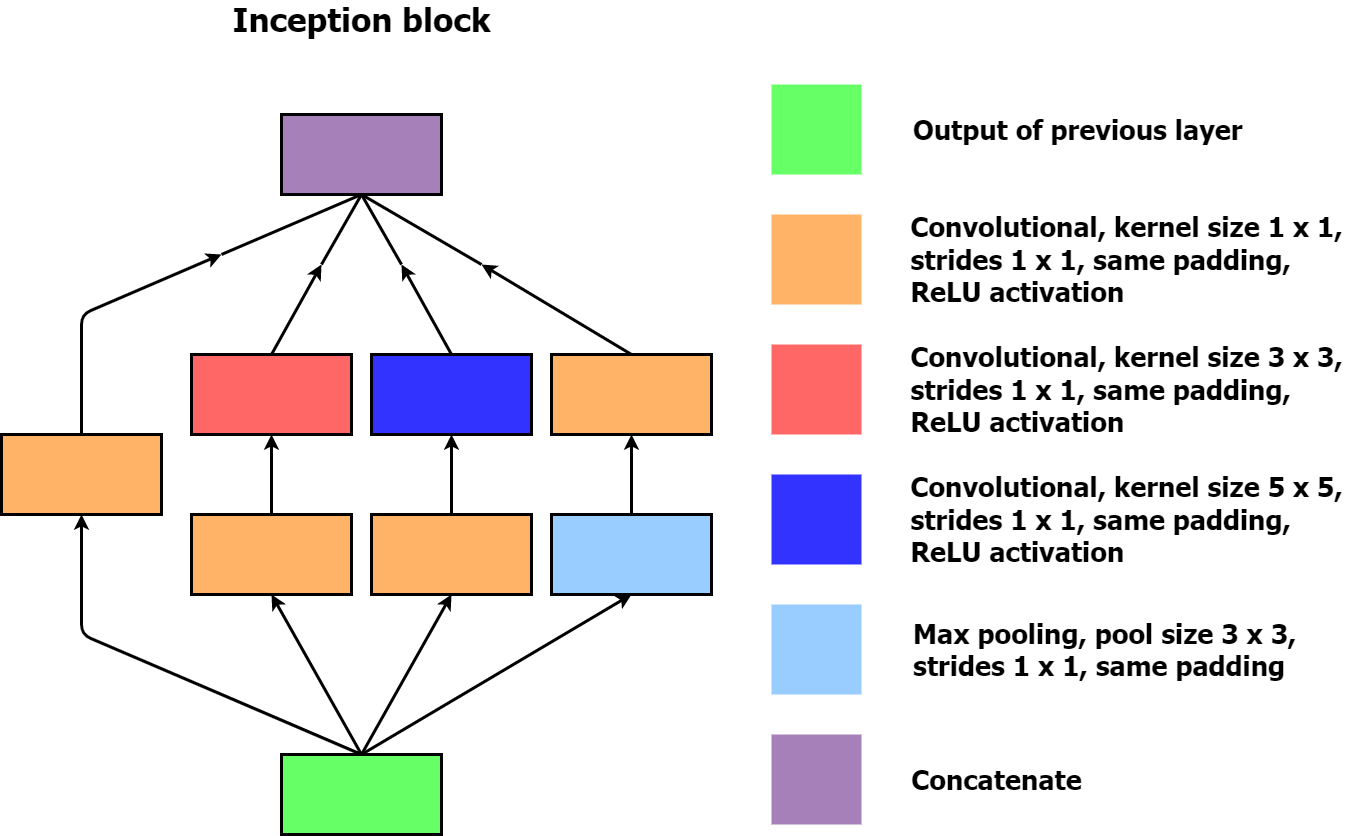
The draw.io diagram report/Sem 1/images/inception_block.png in jjheaton99/Liquid-Crystals-DL, before a commit. Source tidied: cells renumbered, new cells last; positions are measured from the earlier drawing's top-left corner, leaving out a move shared by most shapes. Source of this version:
```xml
<mxGraphModel>
  <root>
    <mxCell id="0" />
    <mxCell id="1" parent="0" />
    <mxCell id="2" style="rounded=0;whiteSpace=wrap;html=1;strokeWidth=3;strokeColor=none;fillColor=#FF6666;" parent="1" vertex="1">
      <mxGeometry x="770" y="340" width="90" height="90" as="geometry" />
    </mxCell>
    <mxCell id="3" style="rounded=0;whiteSpace=wrap;html=1;strokeWidth=3;fillColor=#66FF66;strokeColor=none;" parent="1" vertex="1">
      <mxGeometry x="770" y="80" width="90" height="90" as="geometry" />
    </mxCell>
    <mxCell id="4" style="rounded=0;whiteSpace=wrap;html=1;strokeWidth=3;strokeColor=none;fillColor=#A680B8;" parent="1" vertex="1">
      <mxGeometry x="770" y="730" width="90" height="90" as="geometry" />
    </mxCell>
    <mxCell id="5" style="rounded=0;whiteSpace=wrap;html=1;strokeWidth=3;strokeColor=none;fillColor=#99CCFF;" parent="1" vertex="1">
      <mxGeometry x="770" y="600" width="90" height="90" as="geometry" />
    </mxCell>
    <mxCell id="6" style="rounded=0;whiteSpace=wrap;html=1;strokeWidth=3;strokeColor=none;fillColor=#3333FF;" parent="1" vertex="1">
      <mxGeometry x="770" y="470" width="90" height="90" as="geometry" />
    </mxCell>
    <mxCell id="7" style="rounded=0;whiteSpace=wrap;html=1;strokeWidth=3;strokeColor=none;fillColor=#FFB366;" parent="1" vertex="1">
      <mxGeometry x="770" y="210" width="90" height="90" as="geometry" />
    </mxCell>
    <mxCell id="8" value="&lt;font face=&quot;Tahoma&quot; size=&quot;1&quot;&gt;&lt;b style=&quot;font-size: 27px&quot;&gt;Output of previous layer&lt;/b&gt;&lt;/font&gt;" style="text;html=1;align=left;verticalAlign=middle;" parent="1" vertex="1">
      <mxGeometry x="910" y="110" width="340" height="30" as="geometry" />
    </mxCell>
    <mxCell id="9" value="&lt;div style=&quot;text-align: left ; font-size: 27px&quot;&gt;&lt;b style=&quot;font-family: &amp;#34;tahoma&amp;#34;&quot;&gt;&lt;font style=&quot;font-size: 27px&quot;&gt;Convolutional, kernel size 3 x 3,&lt;/font&gt;&lt;/b&gt;&lt;/div&gt;&lt;font face=&quot;Tahoma&quot; style=&quot;font-size: 27px&quot;&gt;&lt;div style=&quot;text-align: left&quot;&gt;&lt;b&gt;strides 1 x 1, same padding,&amp;nbsp;&lt;/b&gt;&lt;/div&gt;&lt;div style=&quot;text-align: left&quot;&gt;&lt;b&gt;ReLU activation&lt;/b&gt;&lt;/div&gt;&lt;/font&gt;" style="text;html=1;align=center;verticalAlign=middle;" parent="1" vertex="1">
      <mxGeometry x="900" y="360" width="450" height="50" as="geometry" />
    </mxCell>
    <mxCell id="10" value="&lt;font face=&quot;Tahoma&quot;&gt;&lt;span style=&quot;font-size: 27px&quot;&gt;&lt;b&gt;Max pooling, pool size 3 x 3, &lt;br&gt;strides 1 x 1, same padding&amp;nbsp;&lt;/b&gt;&lt;/span&gt;&lt;/font&gt;" style="text;html=1;align=left;verticalAlign=middle;" parent="1" vertex="1">
      <mxGeometry x="910" y="620" width="400" height="50" as="geometry" />
    </mxCell>
    <mxCell id="11" value="&lt;font face=&quot;Tahoma&quot;&gt;&lt;b&gt;&lt;font style=&quot;font-size: 27px&quot;&gt;Concatenate&lt;/font&gt;&lt;br&gt;&lt;/b&gt;&lt;/font&gt;" style="text;html=1;align=center;verticalAlign=middle;" parent="1" vertex="1">
      <mxGeometry x="900" y="760" width="190" height="30" as="geometry" />
    </mxCell>
    <mxCell id="12" value="&lt;div style=&quot;text-align: left ; font-size: 27px&quot;&gt;&lt;div&gt;&lt;b style=&quot;font-family: &amp;#34;tahoma&amp;#34;&quot;&gt;Convolutional, kernel size 1 x 1,&lt;/b&gt;&lt;/div&gt;&lt;font face=&quot;Tahoma&quot; style=&quot;text-align: center ; font-size: 27px&quot;&gt;&lt;div style=&quot;text-align: left&quot;&gt;&lt;b&gt;strides 1 x 1, same padding,&amp;nbsp;&lt;/b&gt;&lt;/div&gt;&lt;div style=&quot;text-align: left&quot;&gt;&lt;b&gt;ReLU activation&lt;/b&gt;&lt;/div&gt;&lt;/font&gt;&lt;/div&gt;" style="text;html=1;align=center;verticalAlign=middle;" parent="1" vertex="1">
      <mxGeometry x="900" y="230" width="450" height="50" as="geometry" />
    </mxCell>
    <mxCell id="13" value="&lt;div style=&quot;text-align: left ; font-size: 27px&quot;&gt;&lt;b style=&quot;font-family: &amp;#34;tahoma&amp;#34;&quot;&gt;&lt;font style=&quot;font-size: 27px&quot;&gt;Convolutional, kernel size 5 x 5,&lt;/font&gt;&lt;/b&gt;&lt;/div&gt;&lt;font face=&quot;Tahoma&quot; style=&quot;font-size: 27px&quot;&gt;&lt;div style=&quot;text-align: left&quot;&gt;&lt;b&gt;strides 1 x 1, same padding,&amp;nbsp;&lt;/b&gt;&lt;/div&gt;&lt;div style=&quot;text-align: left&quot;&gt;&lt;b&gt;ReLU activation&lt;/b&gt;&lt;/div&gt;&lt;/font&gt;" style="text;html=1;align=center;verticalAlign=middle;" parent="1" vertex="1">
      <mxGeometry x="900" y="490" width="450" height="50" as="geometry" />
    </mxCell>
    <mxCell id="14" value="&lt;font face=&quot;Tahoma&quot; size=&quot;1&quot;&gt;&lt;b style=&quot;font-size: 33px&quot;&gt;Inception block&lt;br&gt;&lt;/b&gt;&lt;/font&gt;" style="text;html=1;align=center;verticalAlign=middle;" parent="1" vertex="1">
      <mxGeometry x="225" width="270" height="30" as="geometry" />
    </mxCell>
    <mxCell id="15" style="shape=cube;whiteSpace=wrap;html=1;boundedLbl=1;backgroundOutline=1;darkOpacity=0.05;darkOpacity2=0.1;size=0;fillColor=#66FF66;strokeWidth=3;flipH=1;flipV=1;direction=south;" parent="1" vertex="1">
      <mxGeometry x="280" y="750" width="160" height="80" as="geometry" />
    </mxCell>
    <mxCell id="16" style="shape=cube;whiteSpace=wrap;html=1;boundedLbl=1;backgroundOutline=1;darkOpacity=0.05;darkOpacity2=0.1;size=0;strokeWidth=3;flipH=1;flipV=1;direction=south;fillColor=#FFB366;" parent="1" vertex="1">
      <mxGeometry x="190" y="510" width="160" height="80" as="geometry" />
    </mxCell>
    <mxCell id="17" style="shape=cube;whiteSpace=wrap;html=1;boundedLbl=1;backgroundOutline=1;darkOpacity=0.05;darkOpacity2=0.1;size=0;strokeWidth=3;flipH=1;flipV=1;direction=south;fillColor=#FFB366;" parent="1" vertex="1">
      <mxGeometry x="370" y="510" width="160" height="80" as="geometry" />
    </mxCell>
    <mxCell id="18" style="shape=cube;whiteSpace=wrap;html=1;boundedLbl=1;backgroundOutline=1;darkOpacity=0.05;darkOpacity2=0.1;size=0;strokeWidth=3;flipH=1;flipV=1;direction=south;fillColor=#99CCFF;" parent="1" vertex="1">
      <mxGeometry x="550" y="510" width="160" height="80" as="geometry" />
    </mxCell>
    <mxCell id="19" style="shape=cube;whiteSpace=wrap;html=1;boundedLbl=1;backgroundOutline=1;darkOpacity=0.05;darkOpacity2=0.1;size=0;strokeWidth=3;flipH=1;flipV=1;direction=south;fillColor=#FFB366;" parent="1" vertex="1">
      <mxGeometry y="430" width="160" height="80" as="geometry" />
    </mxCell>
    <mxCell id="20" style="shape=cube;whiteSpace=wrap;html=1;boundedLbl=1;backgroundOutline=1;darkOpacity=0.05;darkOpacity2=0.1;size=0;strokeWidth=3;flipH=1;flipV=1;direction=south;fillColor=#FF6666;" parent="1" vertex="1">
      <mxGeometry x="190" y="350" width="160" height="80" as="geometry" />
    </mxCell>
    <mxCell id="21" style="shape=cube;whiteSpace=wrap;html=1;boundedLbl=1;backgroundOutline=1;darkOpacity=0.05;darkOpacity2=0.1;size=0;strokeWidth=3;flipH=1;flipV=1;direction=south;fillColor=#3333FF;" parent="1" vertex="1">
      <mxGeometry x="370" y="350" width="160" height="80" as="geometry" />
    </mxCell>
    <mxCell id="22" style="shape=cube;whiteSpace=wrap;html=1;boundedLbl=1;backgroundOutline=1;darkOpacity=0.05;darkOpacity2=0.1;size=0;strokeWidth=3;flipH=1;flipV=1;direction=south;fillColor=#FFB366;" parent="1" vertex="1">
      <mxGeometry x="550" y="350" width="160" height="80" as="geometry" />
    </mxCell>
    <mxCell id="23" style="shape=cube;whiteSpace=wrap;html=1;boundedLbl=1;backgroundOutline=1;darkOpacity=0.05;darkOpacity2=0.1;size=0;strokeWidth=3;flipH=1;flipV=1;direction=south;fillColor=#A680B8;" parent="1" vertex="1">
      <mxGeometry x="280" y="110" width="160" height="80" as="geometry" />
    </mxCell>
    <mxCell id="24" style="endArrow=classic;html=1;entryX=0;entryY=0;entryDx=0;entryDy=80;entryPerimeter=0;strokeWidth=3;exitX=0;exitY=0;exitDx=80;exitDy=80;exitPerimeter=0;" parent="1" edge="1" source="15" target="17">
      <mxGeometry x="30" y="120" as="geometry" />
    </mxCell>
    <mxCell id="25" style="endArrow=classic;html=1;entryX=0;entryY=0;entryDx=0;entryDy=80;entryPerimeter=0;strokeWidth=3;exitX=0;exitY=0;exitDx=80;exitDy=80;exitPerimeter=0;" parent="1" edge="1" source="15" target="16">
      <mxGeometry x="30" y="120" as="geometry" />
    </mxCell>
    <mxCell id="26" style="endArrow=classic;html=1;entryX=0;entryY=0;entryDx=0;entryDy=80;entryPerimeter=0;strokeWidth=3;exitX=0;exitY=0;exitDx=80;exitDy=80;exitPerimeter=0;" parent="1" edge="1" source="15" target="18">
      <mxGeometry x="30" y="120" as="geometry" />
    </mxCell>
    <mxCell id="27" style="endArrow=classic;html=1;entryX=0;entryY=0;entryDx=0;entryDy=80;entryPerimeter=0;strokeWidth=3;exitX=0;exitY=0;exitDx=80;exitDy=80;exitPerimeter=0;" parent="1" edge="1" source="15" target="19">
      <mxGeometry x="30" y="120" as="geometry">
        <Array as="points">
          <mxPoint x="80" y="630" />
        </Array>
      </mxGeometry>
    </mxCell>
    <mxCell id="28" style="endArrow=classic;html=1;strokeWidth=3;exitX=0;exitY=0;exitDx=80;exitDy=80;exitPerimeter=0;" parent="1" edge="1" source="19">
      <mxGeometry x="30" y="120" as="geometry">
        <mxPoint x="220" y="250" as="targetPoint" />
        <Array as="points">
          <mxPoint x="80" y="310" />
        </Array>
      </mxGeometry>
    </mxCell>
    <mxCell id="29" style="endArrow=classic;html=1;entryX=0;entryY=0;entryDx=0;entryDy=80;entryPerimeter=0;strokeWidth=3;" parent="1" edge="1" target="20">
      <mxGeometry x="30" y="120" as="geometry">
        <mxPoint x="270" y="510" as="sourcePoint" />
      </mxGeometry>
    </mxCell>
    <mxCell id="30" style="endArrow=classic;html=1;entryX=0;entryY=0;entryDx=0;entryDy=80;entryPerimeter=0;strokeWidth=3;exitX=0;exitY=0;exitDx=80;exitDy=80;exitPerimeter=0;" parent="1" edge="1" source="17" target="21">
      <mxGeometry x="30" y="120" as="geometry" />
    </mxCell>
    <mxCell id="31" style="endArrow=classic;html=1;entryX=0;entryY=0;entryDx=0;entryDy=80;entryPerimeter=0;strokeWidth=3;exitX=0;exitY=0;exitDx=80;exitDy=80;exitPerimeter=0;" parent="1" edge="1" source="18" target="22">
      <mxGeometry x="30" y="120" as="geometry" />
    </mxCell>
    <mxCell id="32" style="endArrow=classic;html=1;strokeWidth=3;exitX=0;exitY=0;exitDx=80;exitDy=80;exitPerimeter=0;" parent="1" edge="1" source="20">
      <mxGeometry x="30" y="120" as="geometry">
        <mxPoint x="320" y="260" as="targetPoint" />
      </mxGeometry>
    </mxCell>
    <mxCell id="33" style="endArrow=classic;html=1;strokeWidth=3;exitX=0;exitY=0;exitDx=80;exitDy=80;exitPerimeter=0;" parent="1" edge="1" source="21">
      <mxGeometry x="30" y="120" as="geometry">
        <mxPoint x="400" y="260" as="targetPoint" />
      </mxGeometry>
    </mxCell>
    <mxCell id="34" style="endArrow=classic;html=1;strokeWidth=3;exitX=0;exitY=0;exitDx=80;exitDy=80;exitPerimeter=0;" parent="1" edge="1" source="22">
      <mxGeometry x="30" y="120" as="geometry">
        <mxPoint x="480" y="260" as="targetPoint" />
      </mxGeometry>
    </mxCell>
    <mxCell id="35" style="endArrow=none;html=1;strokeWidth=3;entryX=0;entryY=0;entryDx=0;entryDy=80;entryPerimeter=0;" parent="1" edge="1" target="23">
      <mxGeometry x="30" y="120" as="geometry">
        <mxPoint x="220" y="250" as="sourcePoint" />
      </mxGeometry>
    </mxCell>
    <mxCell id="36" style="endArrow=none;html=1;strokeWidth=3;" parent="1" edge="1">
      <mxGeometry x="30" y="120" as="geometry">
        <mxPoint x="320" y="260" as="sourcePoint" />
        <mxPoint x="360" y="190" as="targetPoint" />
      </mxGeometry>
    </mxCell>
    <mxCell id="37" style="endArrow=none;html=1;strokeWidth=3;exitX=0;exitY=0;exitDx=0;exitDy=80;exitPerimeter=0;" parent="1" edge="1" source="23">
      <mxGeometry x="30" y="120" as="geometry">
        <mxPoint x="400" y="260" as="targetPoint" />
      </mxGeometry>
    </mxCell>
    <mxCell id="38" style="endArrow=none;html=1;strokeWidth=3;" parent="1" edge="1">
      <mxGeometry x="30" y="120" as="geometry">
        <mxPoint x="360" y="190" as="sourcePoint" />
        <mxPoint x="480" y="260" as="targetPoint" />
      </mxGeometry>
    </mxCell>
  </root>
</mxGraphModel>
```
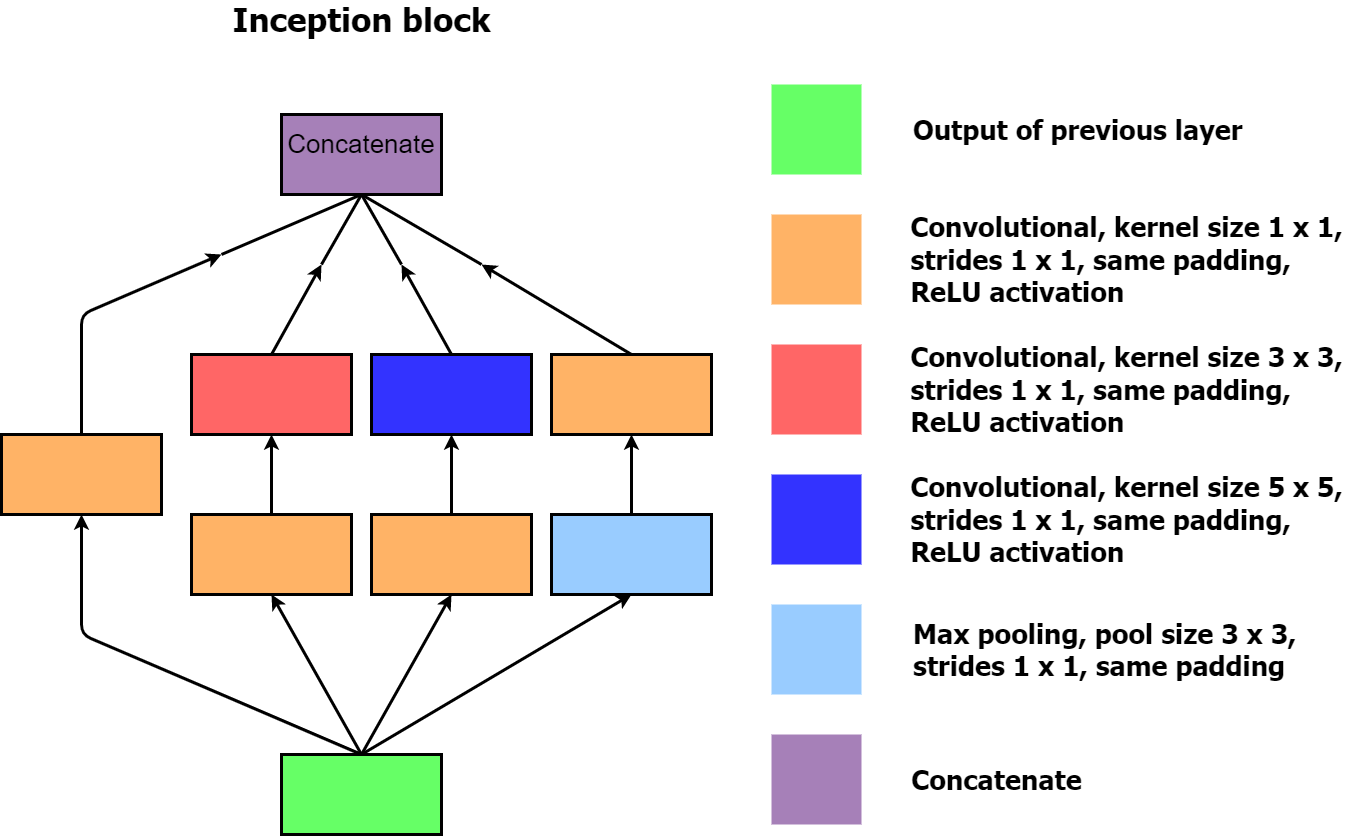
After the change.

Diff of the diagram source:
```diff
@@ -140,5 +140,8 @@
         <mxPoint x="480" y="260" as="targetPoint" />
       </mxGeometry>
     </mxCell>
+    <mxCell id="39" value="&lt;font style=&quot;font-size: 26px&quot;&gt;Concatenate&lt;/font&gt;" style="text;html=1;strokeColor=none;fillColor=none;align=center;verticalAlign=middle;whiteSpace=wrap;rounded=0;" parent="1" vertex="1">
+      <mxGeometry x="300" y="130" width="120" height="20" as="geometry" />
+    </mxCell>
   </root>
 </mxGraphModel>
```
